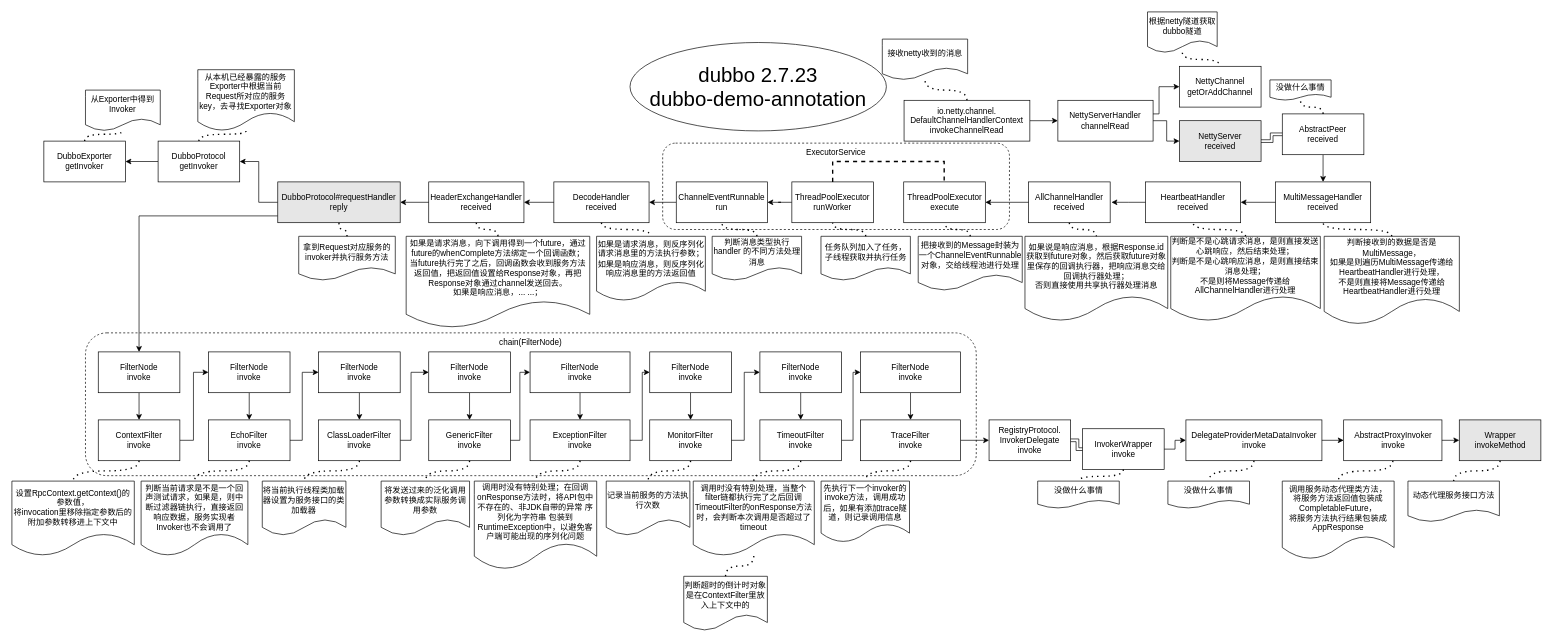
quec1994/dubbo-commentary keeps this draw.io diagram as page "服务提供者调用链路" (2 of 4) of diagrams/structural-diagram.drawio. Above is the earlier version. Source tidied: cells renumbered, new cells numbered last; positions are measured from the earlier drawing's top-left corner, leaving out a move shared by most shapes. Both pictures are drawn from the tidied source at 68%, with x=0, y=0 at pixel (12, 12).
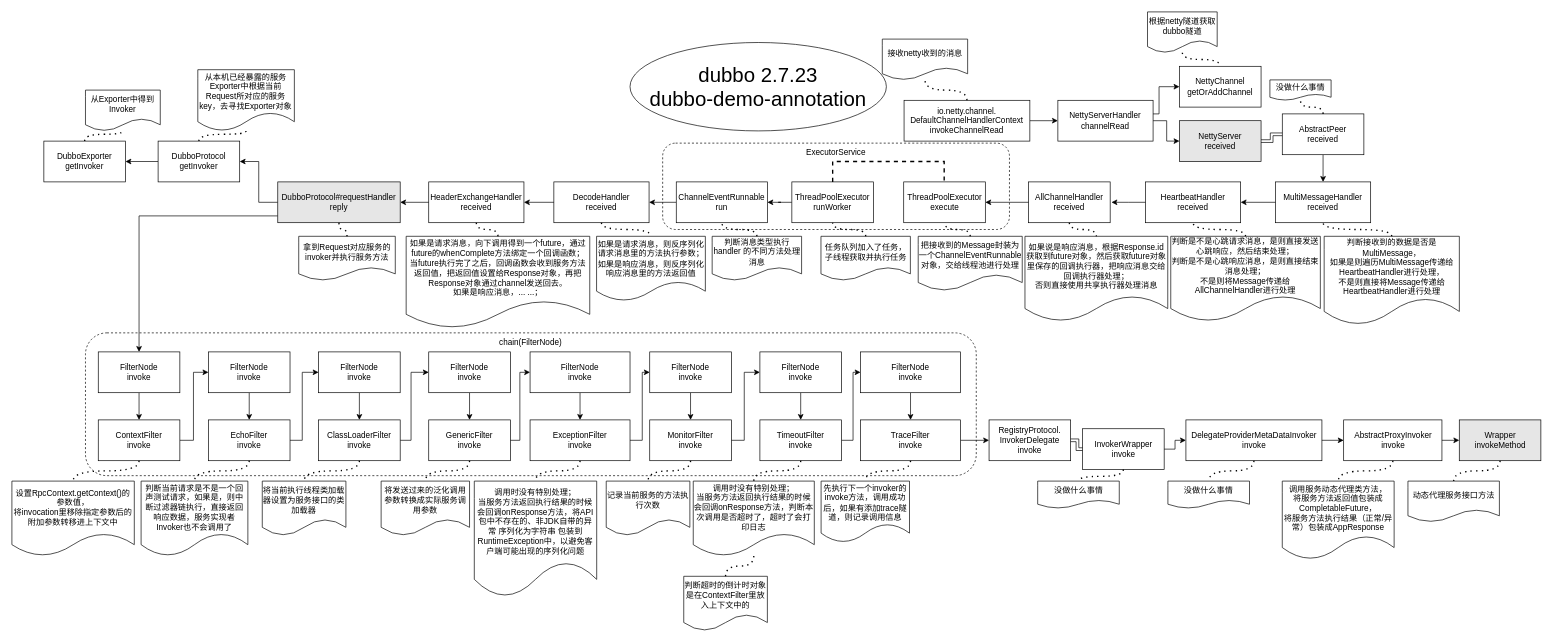
Above is the later version.

What changed in the source:
```diff
@@
-    <mxCell id="8" value="调用服务动态代理类方法，&lt;br&gt;将服务方法返回值包装成CompletableFuture，&lt;br&gt;将服务方法执行结果包装成AppResponse" style="shape=document;whiteSpace=wrap;html=1;boundedLbl=1;" parent="1" vertex="1">
+    <mxCell id="8" value="调用服务动态代理类方法，&lt;br&gt;将服务方法返回值包装成CompletableFuture，&lt;br&gt;将服务方法执行结果（正常/异常）包装成AppResponse" style="shape=document;whiteSpace=wrap;html=1;boundedLbl=1;" parent="1" vertex="1">
       <mxGeometry x="1868.2" y="690" width="164.5" height="115" as="geometry" />
     </mxCell>
@@
-    <mxCell id="26" value="调用时没有特别处理，当整个filter链都执行完了之后回调TimeoutFilter的onResponse方法时，会判断本次调用是否超过了timeout" style="shape=document;whiteSpace=wrap;html=1;boundedLbl=1;" parent="1" vertex="1">
+    <mxCell id="26" value="调用时没有特别处理；&lt;br&gt;当服务方法返回执行结果的时候会回调onResponse方法，判断本次调用是否超时了，超时了会打印日志" style="shape=document;whiteSpace=wrap;html=1;boundedLbl=1;" parent="1" vertex="1">
       <mxGeometry x="1002" y="690" width="178" height="110" as="geometry" />
     </mxCell>
@@
-    <mxCell id="37" value="调用时没有特别处理；在回调onResponse方法时，将API包中不存在的、非JDK自带的异常 序列化为字符串 包装到RuntimeException中，以避免客户端可能出现的序列化问题" style="shape=document;whiteSpace=wrap;html=1;boundedLbl=1;" parent="1" vertex="1">
-      <mxGeometry x="680" y="690" width="180" height="130" as="geometry" />
+    <mxCell id="37" value="调用时没有特别处理；&lt;br&gt;当服务方法返回执行结果的时候会回调onResponse方法，将API包中不存在的、非JDK自带的异常 序列化为字符串 包装到RuntimeException中，以避免客户端可能出现的序列化问题" style="shape=document;whiteSpace=wrap;html=1;boundedLbl=1;" parent="1" vertex="1">
+      <mxGeometry x="680" y="690" width="180" height="170" as="geometry" />
     </mxCell>
```
